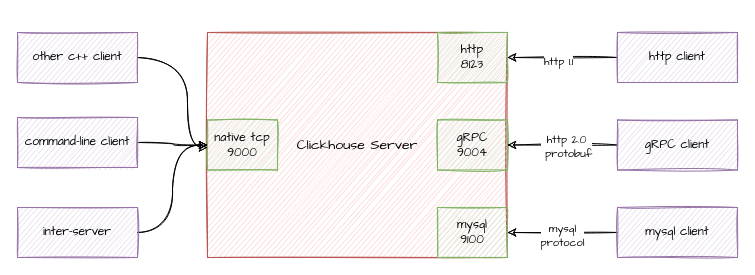
leonce28/draw-io-img keeps this draw.io diagram as clickhouse listen.drawio. Above is the earlier version. Source tidied: cells renumbered, new cells numbered last; positions are measured from the earlier drawing's top-left corner, leaving out a move shared by most shapes. Both pictures are drawn from the tidied source at 100%, with x=0, y=0 at pixel (17, 32).
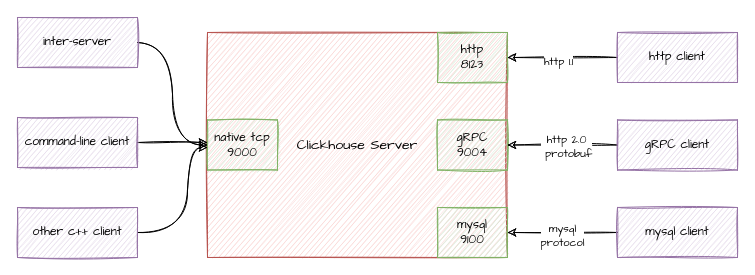
The same page after the edit.

Unchanged cells that the change refers to:
```xml
<mxCell id="5" value="&lt;p style=&quot;line-height: 1.2&quot;&gt;&lt;font style=&quot;font-size: 14px&quot;&gt;Clickhouse Server&lt;/font&gt;&lt;/p&gt;" style="rounded=0;whiteSpace=wrap;html=1;fillStyle=auto;fillColor=#f8cecc;gradientDirection=north;sketch=1;strokeColor=#b85450;fontFamily=Comic Sans MS;fontColor=#000000;strokeWidth=1;" parent="1" vertex="1">
  <mxGeometry x="190" width="300" height="225" as="geometry" />
</mxCell>
<mxCell id="7" value="native tcp&lt;br&gt;9000" style="rounded=0;whiteSpace=wrap;html=1;fillStyle=auto;fillColor=#d5e8d4;gradientDirection=north;sketch=1;strokeColor=#82b366;fontFamily=Comic Sans MS;fontColor=#000000;" parent="1" vertex="1">
  <mxGeometry x="190" y="87.5" width="70" height="50" as="geometry" />
</mxCell>
<mxCell id="19" value="command-line client" style="rounded=0;whiteSpace=wrap;html=1;fillStyle=auto;fillColor=#e1d5e7;gradientDirection=north;sketch=1;strokeColor=#9673a6;fontFamily=Comic Sans MS;fontColor=#000000;" parent="1" vertex="1">
  <mxGeometry y="85" width="120" height="50" as="geometry" />
</mxCell>
```

Change to the diagram source:
```diff
@@
-    <mxCell id="16" style="edgeStyle=orthogonalEdgeStyle;jettySize=auto;html=1;exitX=1;exitY=0.5;exitDx=0;exitDy=0;entryX=0;entryY=0.5;entryDx=0;entryDy=0;sketch=1;curved=1;rounded=0;" parent="1" edge="1" source="17" target="5">
-      <mxGeometry relative="1" as="geometry" />
-    </mxCell>
+    <mxCell id="22" style="edgeStyle=orthogonalEdgeStyle;sketch=1;jettySize=auto;html=1;exitX=1;exitY=0.5;exitDx=0;exitDy=0;entryX=0;entryY=0.5;entryDx=0;entryDy=0;fontFamily=Comic Sans MS;fontSize=14;fontColor=#000000;strokeColor=default;curved=1;" parent="1" edge="1" source="17" target="7">
+      <mxGeometry relative="1" as="geometry" />
+    </mxCell>
     <mxCell id="17" value="inter-server" style="rounded=0;whiteSpace=wrap;html=1;fillStyle=auto;fillColor=#e1d5e7;gradientDirection=north;sketch=1;strokeColor=#9673a6;fontFamily=Comic Sans MS;fontColor=#000000;" parent="1" vertex="1">
-      <mxGeometry y="175" width="120" height="50" as="geometry" />
+      <mxGeometry y="-15" width="120" height="50" as="geometry" />
     </mxCell>
-    <mxCell id="18" style="edgeStyle=orthogonalEdgeStyle;jettySize=auto;html=1;exitX=1;exitY=0.5;exitDx=0;exitDy=0;sketch=1;curved=1;rounded=0;" parent="1" edge="1" source="19" target="7">
-      <mxGeometry relative="1" as="geometry" />
-    </mxCell>
+    <mxCell id="23" style="edgeStyle=orthogonalEdgeStyle;sketch=1;jettySize=auto;html=1;exitX=1;exitY=0.5;exitDx=0;exitDy=0;fontFamily=Comic Sans MS;fontSize=14;fontColor=#000000;strokeColor=default;curved=1;" parent="1" edge="1" source="19">
+      <mxGeometry relative="1" as="geometry">
+        <mxPoint x="190" y="110" as="targetPoint" />
+      </mxGeometry>
+    </mxCell>
@@
-    <mxCell id="20" style="edgeStyle=orthogonalEdgeStyle;jettySize=auto;html=1;exitX=1;exitY=0.5;exitDx=0;exitDy=0;sketch=1;curved=1;rounded=0;" parent="1" edge="1" source="21">
-      <mxGeometry relative="1" as="geometry">
-        <mxPoint x="190" y="115" as="targetPoint" />
-        <Array as="points">
-          <mxPoint x="170" y="25" />
-          <mxPoint x="170" y="115" />
-        </Array>
-      </mxGeometry>
-    </mxCell>
+    <mxCell id="24" style="edgeStyle=orthogonalEdgeStyle;sketch=1;jettySize=auto;html=1;exitX=1;exitY=0.5;exitDx=0;exitDy=0;fontFamily=Comic Sans MS;fontSize=14;fontColor=#000000;strokeColor=default;curved=1;" parent="1" edge="1" source="21">
+      <mxGeometry relative="1" as="geometry">
+        <mxPoint x="190" y="115" as="targetPoint" />
+        <Array as="points">
+          <mxPoint x="170" y="200" />
+          <mxPoint x="170" y="115" />
+        </Array>
+      </mxGeometry>
+    </mxCell>
     <mxCell id="21" value="other c++ client" style="rounded=0;whiteSpace=wrap;html=1;fillStyle=auto;fillColor=#e1d5e7;gradientDirection=north;sketch=1;strokeColor=#9673a6;fontFamily=Comic Sans MS;fontColor=#000000;" parent="1" vertex="1">
-      <mxGeometry width="120" height="50" as="geometry" />
+      <mxGeometry y="175" width="120" height="50" as="geometry" />
     </mxCell>
```
